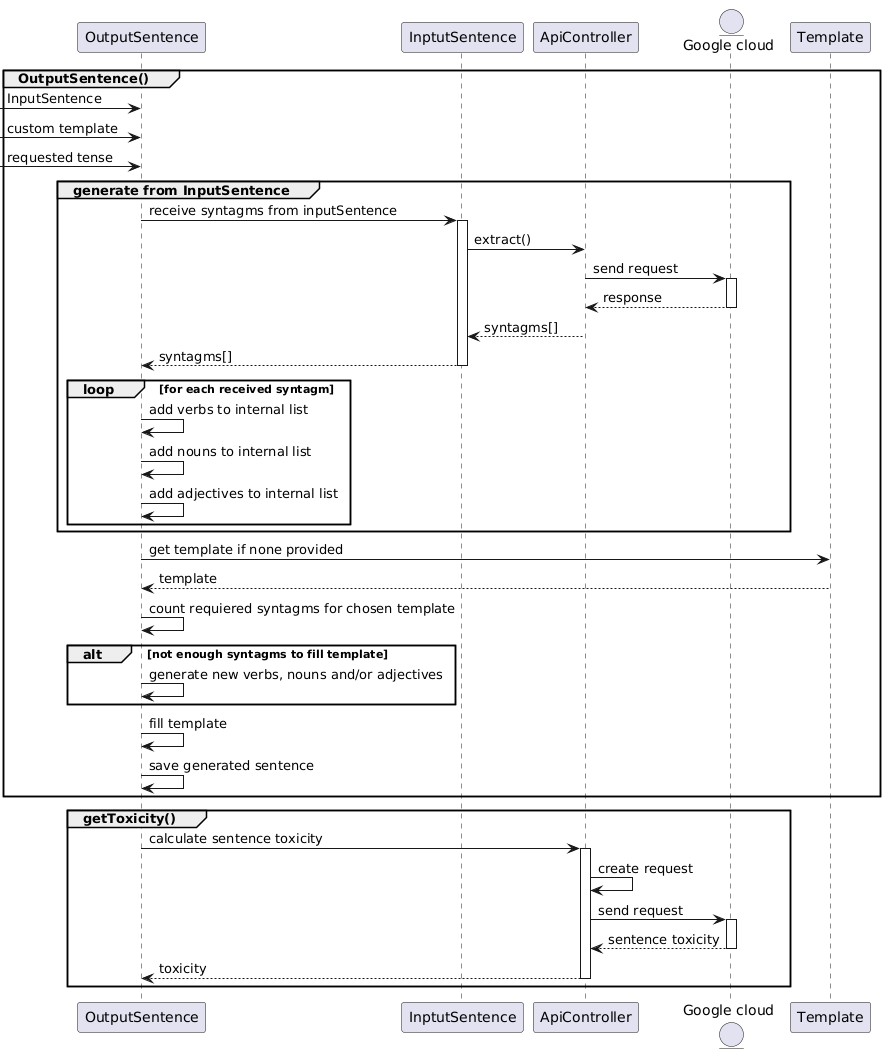
63616E617A7A61/NonSenseGenerator keeps this PlantUML diagram as docs/Sequence diagrams/Diagrams/OutputSentence.png. Above is the earlier version.
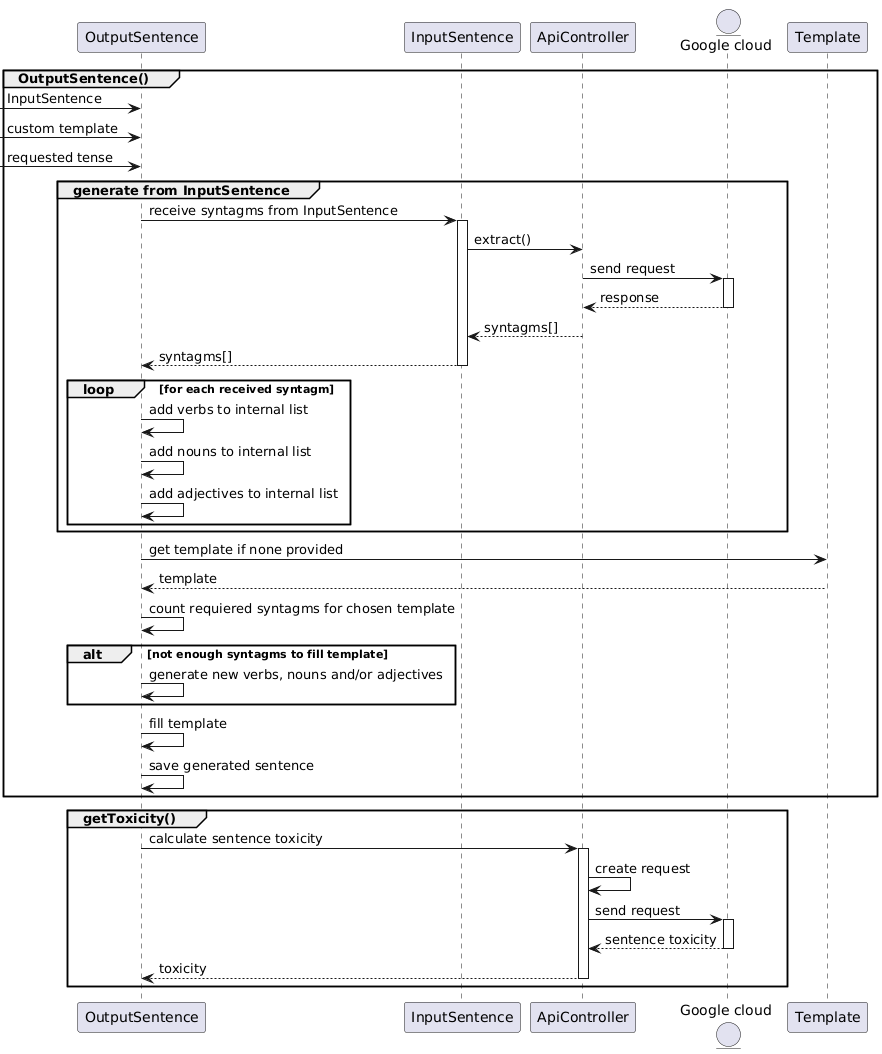
Above is the later version.

Change to the diagram source:
```diff
@@ -1,6 +1,6 @@
 @startuml
 participant "OutputSentence" as os
-participant "InptutSentence" as is
+participant "InputSentence" as is
 participant "ApiController" as ac
 entity "Google cloud" as c
 participant "Template" as t
@@ -13,7 +13,7 @@
 
 
 group generate from InputSentence
-os -> is : receive syntagms from inputSentence
+os -> is : receive syntagms from InputSentence
 activate is
 
 is -> ac : extract()
```
